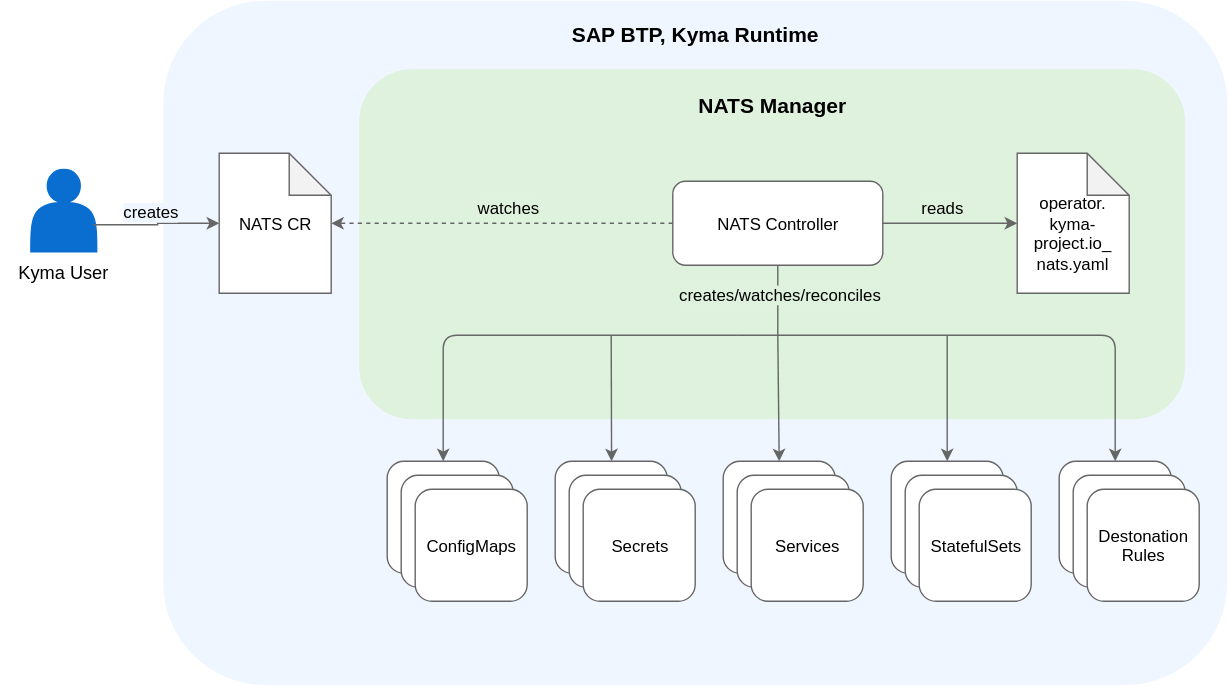
Above: docs/user/assets/nats-module-architecture.drawio.svg in kyma-project/nats-manager (draw.io), before the change. Source tidied: cells renumbered, new cells last; positions are measured from the earlier drawing's top-left corner, leaving out a move shared by most shapes.
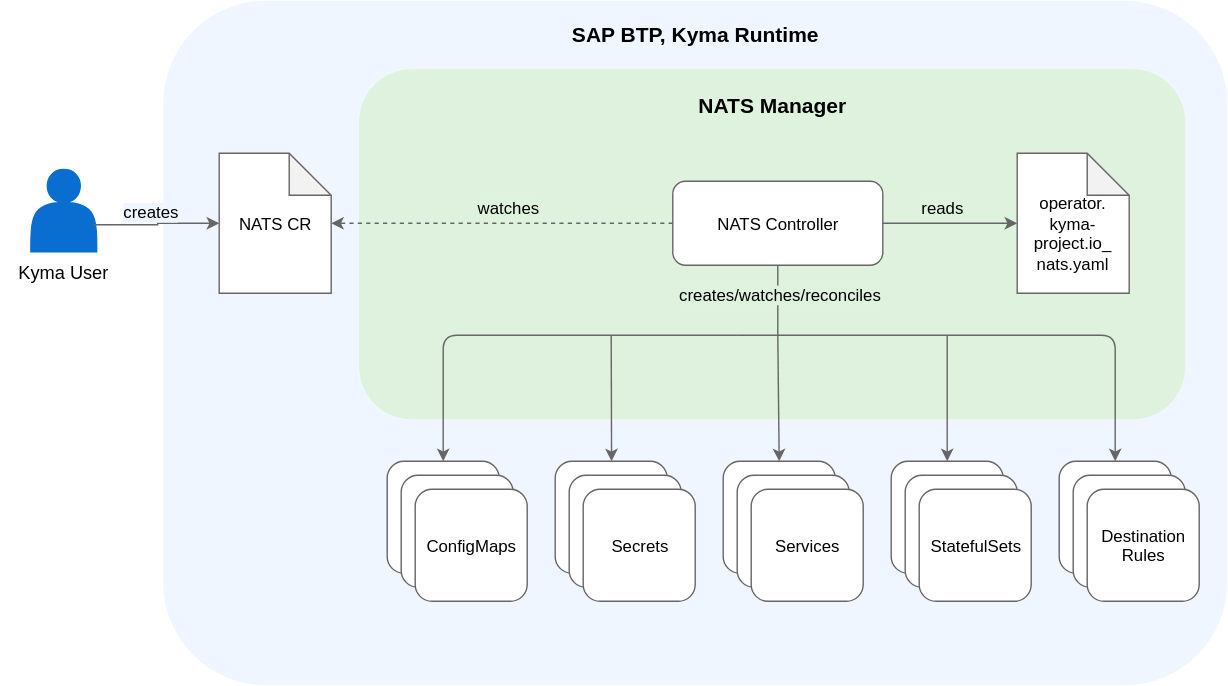
After the commit.

Commit message:
Fix typo in the diagram

Change to the diagram source:
```diff
@@ -152,7 +152,7 @@
     <mxCell id="42" style="rounded=1;whiteSpace=wrap;html=1;strokeColor=#666666;" parent="40" vertex="1">
       <mxGeometry x="10" y="10" width="80" height="80" as="geometry" />
     </mxCell>
-    <mxCell id="43" value="Destonation&lt;br&gt;Rules" style="rounded=1;whiteSpace=wrap;html=1;strokeColor=#666666;" parent="40" vertex="1">
+    <mxCell id="43" value="Destination&lt;br&gt;Rules" style="rounded=1;whiteSpace=wrap;html=1;strokeColor=#666666;" parent="40" vertex="1">
       <mxGeometry x="20" y="20" width="80" height="80" as="geometry" />
     </mxCell>
     <mxCell id="44" style="endArrow=classic;html=1;rounded=0;strokeColor=#666666;entryX=0.5;entryY=0;entryDx=0;entryDy=0;" parent="1" edge="1" target="33">
```
